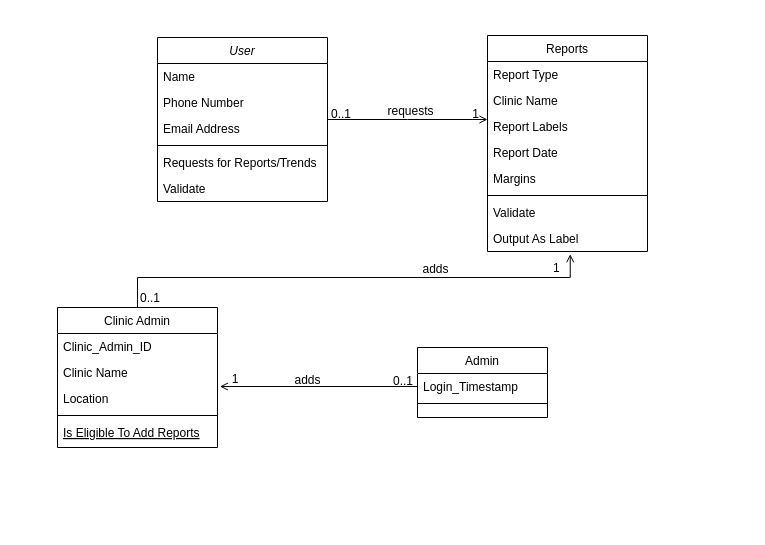
Earlier version of the draw.io diagram ClassDiagram.drawio (pranavn35/ProjectDiagrams). Source tidied: cells renumbered, new cells numbered last; positions are measured from the earlier drawing's top-left corner, leaving out a move shared by most shapes. Both pictures are drawn from the tidied source at 100%, with x=0, y=0 at pixel (57, 35).
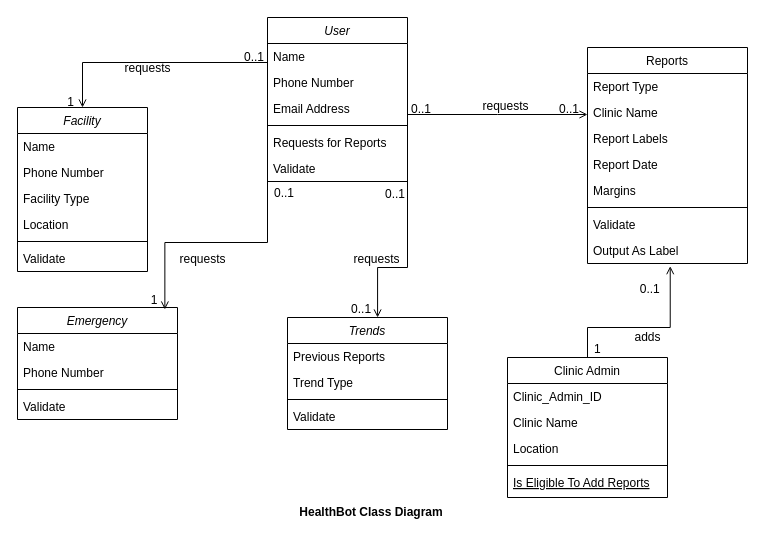
The same diagram, later.

The change refers to these unchanged cells:
```xml
<mxCell id="11" value="Clinic Name" style="text;align=left;verticalAlign=top;spacingLeft=4;spacingRight=4;overflow=hidden;points=[[0,0.5],[1,0.5]];portConstraint=eastwest;rounded=0;shadow=0;html=0;" parent="9" vertex="1">
  <mxGeometry y="52" width="160" height="26" as="geometry" />
</mxCell>
<mxCell id="26" value="Output As Label" style="text;align=left;verticalAlign=top;spacingLeft=4;spacingRight=4;overflow=hidden;points=[[0,0.5],[1,0.5]];portConstraint=eastwest;" parent="18" vertex="1">
  <mxGeometry y="190" width="160" height="26" as="geometry" />
</mxCell>
<mxCell id="27" style="endArrow=open;shadow=0;strokeWidth=1;rounded=0;endFill=1;edgeStyle=elbowEdgeStyle;elbow=vertical;" parent="1" edge="1" source="2" target="18">
  <mxGeometry x="0.5" y="41" relative="1" as="geometry">
    <mxPoint x="-40" y="32" as="offset" />
  </mxGeometry>
</mxCell>
```

Change to the diagram source:
```diff
@@
     <mxCell id="2" value="User" style="swimlane;fontStyle=2;align=center;verticalAlign=top;horizontal=1;startSize=26;rounded=0;shadow=0;strokeWidth=1;" parent="1" vertex="1">
-      <mxGeometry x="100" y="2" width="170" height="164" as="geometry" />
+      <mxGeometry x="210" y="-18" width="140" height="164" as="geometry" />
     </mxCell>
     <mxCell id="3" value="Name" style="text;align=left;verticalAlign=top;spacingLeft=4;spacingRight=4;overflow=hidden;" parent="2" vertex="1">
-      <mxGeometry y="26" width="170" height="26" as="geometry" />
+      <mxGeometry y="26" width="140" height="26" as="geometry" />
     </mxCell>
     <mxCell id="4" value="Phone Number" style="text;align=left;verticalAlign=top;spacingLeft=4;spacingRight=4;overflow=hidden;rounded=0;shadow=0;html=0;" parent="2" vertex="1">
-      <mxGeometry y="52" width="170" height="26" as="geometry" />
+      <mxGeometry y="52" width="140" height="26" as="geometry" />
     </mxCell>
     <mxCell id="5" value="Email Address" style="text;align=left;verticalAlign=top;spacingLeft=4;spacingRight=4;overflow=hidden;rounded=0;shadow=0;html=0;" parent="2" vertex="1">
-      <mxGeometry y="78" width="170" height="26" as="geometry" />
+      <mxGeometry y="78" width="140" height="26" as="geometry" />
     </mxCell>
     <mxCell id="6" style="line;html=1;strokeWidth=1;align=left;verticalAlign=middle;spacingTop=-1;spacingLeft=3;spacingRight=3;labelPosition=right;" parent="2" vertex="1">
-      <mxGeometry y="104" width="170" height="8" as="geometry" />
+      <mxGeometry y="104" width="140" height="8" as="geometry" />
     </mxCell>
-    <mxCell id="7" value="Requests for Reports/Trends" style="text;align=left;verticalAlign=top;spacingLeft=4;spacingRight=4;overflow=hidden;" parent="2" vertex="1">
-      <mxGeometry y="112" width="170" height="26" as="geometry" />
+    <mxCell id="7" value="Requests for Reports&#10;" style="text;align=left;verticalAlign=top;spacingLeft=4;spacingRight=4;overflow=hidden;" parent="2" vertex="1">
+      <mxGeometry y="112" width="140" height="26" as="geometry" />
     </mxCell>
     <mxCell id="8" value="Validate" style="text;align=left;verticalAlign=top;spacingLeft=4;spacingRight=4;overflow=hidden;points=[[0,0.5],[1,0.5]];portConstraint=eastwest;" parent="2" vertex="1">
-      <mxGeometry y="138" width="170" height="26" as="geometry" />
+      <mxGeometry y="138" width="140" height="26" as="geometry" />
     </mxCell>
     <mxCell id="9" value="Clinic Admin" style="swimlane;fontStyle=0;align=center;verticalAlign=top;horizontal=1;startSize=26;rounded=0;shadow=0;strokeWidth=1;" parent="1" vertex="1">
-      <mxGeometry y="272" width="160" height="140" as="geometry" />
+      <mxGeometry x="450" y="322" width="160" height="140" as="geometry" />
     </mxCell>
@@
-    <mxCell id="15" value="Admin" style="swimlane;fontStyle=0;align=center;verticalAlign=top;horizontal=1;startSize=26;rounded=0;shadow=0;strokeWidth=1;" parent="1" vertex="1">
-      <mxGeometry x="360" y="312" width="130" height="70" as="geometry" />
-    </mxCell>
-    <mxCell id="16" value="Login_Timestamp" style="text;align=left;verticalAlign=top;spacingLeft=4;spacingRight=4;overflow=hidden;points=[[0,0.5],[1,0.5]];portConstraint=eastwest;" parent="15" vertex="1">
-      <mxGeometry y="26" width="130" height="26" as="geometry" />
-    </mxCell>
-    <mxCell id="17" style="line;html=1;strokeWidth=1;align=left;verticalAlign=middle;spacingTop=-1;spacingLeft=3;spacingRight=3;labelPosition=right;" parent="15" vertex="1">
-      <mxGeometry y="52" width="130" height="8" as="geometry" />
-    </mxCell>
     <mxCell id="18" value="Reports" style="swimlane;fontStyle=0;align=center;verticalAlign=top;horizontal=1;startSize=26;rounded=0;shadow=0;strokeWidth=1;" parent="1" vertex="1">
-      <mxGeometry x="430" width="160" height="216" as="geometry" />
+      <mxGeometry x="530" y="12" width="160" height="216" as="geometry" />
     </mxCell>
@@
-    <mxCell id="29" value="1" style="align=right;verticalAlign=bottom;labelBackgroundColor=none;fontSize=12;" parent="27" vertex="1">
+    <mxCell id="29" value="0..1" style="align=right;verticalAlign=bottom;labelBackgroundColor=none;fontSize=12;" parent="27" vertex="1">
       <mxGeometry x="1" relative="1" as="geometry">
         <mxPoint x="-7" y="3" as="offset" />
       </mxGeometry>
     </mxCell>
@@
     <mxCell id="31" style="endArrow=open;shadow=0;strokeWidth=1;rounded=0;endFill=1;edgeStyle=elbowEdgeStyle;elbow=vertical;exitX=0.5;exitY=0;exitDx=0;exitDy=0;entryX=0.517;entryY=1.103;entryDx=0;entryDy=0;entryPerimeter=0;" parent="1" edge="1" source="9" target="26">
       <mxGeometry x="0.5" y="41" relative="1" as="geometry">
         <Array as="points">
-          <mxPoint x="260" y="242" />
+          <mxPoint x="630" y="292" />
         </Array>
         <mxPoint x="-40" y="32" as="offset" />
       </mxGeometry>
     </mxCell>
-    <mxCell id="32" value="0..1" style="align=left;verticalAlign=bottom;labelBackgroundColor=none;fontSize=12;" parent="31" vertex="1">
+    <mxCell id="32" value="1" style="align=left;verticalAlign=bottom;labelBackgroundColor=none;fontSize=12;" parent="31" vertex="1">
       <mxGeometry x="-1" relative="1" as="geometry">
-        <mxPoint x="1" y="-1" as="offset" />
+        <mxPoint x="5" as="offset" />
       </mxGeometry>
     </mxCell>
-    <mxCell id="33" value="1" style="align=right;verticalAlign=bottom;labelBackgroundColor=none;fontSize=12;" parent="31" vertex="1">
+    <mxCell id="33" value="0..1" style="align=right;verticalAlign=bottom;labelBackgroundColor=none;fontSize=12;" parent="31" vertex="1">
       <mxGeometry x="1" relative="1" as="geometry">
-        <mxPoint x="-9" y="22" as="offset" />
+        <mxPoint x="-9" y="31" as="offset" />
       </mxGeometry>
     </mxCell>
     <mxCell id="34" value="adds" style="text;html=1;align=center;verticalAlign=middle;labelBackgroundColor=none;rounded=0;shadow=0;strokeWidth=1;fontSize=12;" parent="31" vertex="1">
       <mxGeometry x="0.5" y="49" relative="1" as="geometry">
-        <mxPoint x="-38" y="40" as="offset" />
+        <mxPoint x="26" y="28" as="offset" />
       </mxGeometry>
     </mxCell>
-    <mxCell id="35" style="endArrow=open;shadow=0;strokeWidth=1;rounded=0;endFill=1;edgeStyle=elbowEdgeStyle;elbow=vertical;exitX=0;exitY=0.5;exitDx=0;exitDy=0;entryX=1.015;entryY=1.063;entryDx=0;entryDy=0;entryPerimeter=0;" parent="1" edge="1" source="16" target="11">
-      <mxGeometry x="0.5" y="41" relative="1" as="geometry">
-        <mxPoint x="-40" y="32" as="offset" />
-      </mxGeometry>
-    </mxCell>
-    <mxCell id="36" value="0..1" style="align=left;verticalAlign=bottom;labelBackgroundColor=none;fontSize=12;" parent="35" vertex="1">
-      <mxGeometry x="-1" relative="1" as="geometry">
-        <mxPoint x="-26" y="3" as="offset" />
-      </mxGeometry>
-    </mxCell>
-    <mxCell id="37" value="1" style="align=right;verticalAlign=bottom;labelBackgroundColor=none;fontSize=12;" parent="35" vertex="1">
-      <mxGeometry x="1" relative="1" as="geometry">
-        <mxPoint x="20" y="1" as="offset" />
-      </mxGeometry>
-    </mxCell>
-    <mxCell id="38" value="adds" style="text;html=1;align=center;verticalAlign=middle;labelBackgroundColor=none;rounded=0;shadow=0;strokeWidth=1;fontSize=12;" parent="1" vertex="1">
-      <mxGeometry x="320" y="252" as="geometry">
-        <mxPoint x="-71" y="92" as="offset" />
-      </mxGeometry>
-    </mxCell>
+    <mxCell id="39" value="Facility" style="swimlane;fontStyle=2;align=center;verticalAlign=top;horizontal=1;startSize=26;rounded=0;shadow=0;strokeWidth=1;" parent="1" vertex="1">
+      <mxGeometry x="-40" y="72" width="130" height="164" as="geometry" />
+    </mxCell>
+    <mxCell id="40" value="Name" style="text;align=left;verticalAlign=top;spacingLeft=4;spacingRight=4;overflow=hidden;" parent="39" vertex="1">
+      <mxGeometry y="26" width="130" height="26" as="geometry" />
+    </mxCell>
+    <mxCell id="41" value="Phone Number" style="text;align=left;verticalAlign=top;spacingLeft=4;spacingRight=4;overflow=hidden;rounded=0;shadow=0;html=0;" parent="39" vertex="1">
+      <mxGeometry y="52" width="130" height="26" as="geometry" />
+    </mxCell>
+    <mxCell id="42" value="Facility Type" style="text;align=left;verticalAlign=top;spacingLeft=4;spacingRight=4;overflow=hidden;rounded=0;shadow=0;html=0;" parent="39" vertex="1">
+      <mxGeometry y="78" width="130" height="26" as="geometry" />
+    </mxCell>
+    <mxCell id="43" value="Location" style="text;align=left;verticalAlign=top;spacingLeft=4;spacingRight=4;overflow=hidden;rounded=0;shadow=0;html=0;" parent="39" vertex="1">
+      <mxGeometry y="104" width="130" height="26" as="geometry" />
+    </mxCell>
+    <mxCell id="44" style="line;html=1;strokeWidth=1;align=left;verticalAlign=middle;spacingTop=-1;spacingLeft=3;spacingRight=3;labelPosition=right;" parent="39" vertex="1">
+      <mxGeometry y="130" width="130" height="8" as="geometry" />
+    </mxCell>
+    <mxCell id="45" value="Validate" style="text;align=left;verticalAlign=top;spacingLeft=4;spacingRight=4;overflow=hidden;" parent="39" vertex="1">
+      <mxGeometry y="138" width="130" height="26" as="geometry" />
+    </mxCell>
+    <mxCell id="46" style="endArrow=open;shadow=0;strokeWidth=1;rounded=0;endFill=1;edgeStyle=elbowEdgeStyle;elbow=vertical;exitX=0;exitY=0.114;exitDx=0;exitDy=0;exitPerimeter=0;entryX=0.5;entryY=0;entryDx=0;entryDy=0;" parent="1" edge="1" source="2" target="39">
+      <mxGeometry x="0.5" y="41" relative="1" as="geometry">
+        <Array as="points">
+          <mxPoint x="100" y="27" />
+        </Array>
+        <mxPoint x="-40" y="32" as="offset" />
+      </mxGeometry>
+    </mxCell>
+    <mxCell id="47" value="0..1" style="align=left;verticalAlign=bottom;labelBackgroundColor=none;fontSize=12;" parent="46" vertex="1">
+      <mxGeometry x="-1" relative="1" as="geometry">
+        <mxPoint x="-25" y="29" as="offset" />
+      </mxGeometry>
+    </mxCell>
+    <mxCell id="48" value="1" style="align=right;verticalAlign=bottom;labelBackgroundColor=none;fontSize=12;" parent="46" vertex="1">
+      <mxGeometry x="1" relative="1" as="geometry">
+        <mxPoint x="-7" y="3" as="offset" />
+      </mxGeometry>
+    </mxCell>
+    <mxCell id="49" value="requests" style="text;html=1;align=center;verticalAlign=middle;labelBackgroundColor=none;rounded=0;shadow=0;strokeWidth=1;fontSize=12;" parent="46" vertex="1">
+      <mxGeometry x="0.5" y="49" relative="1" as="geometry">
+        <mxPoint x="45" y="-44" as="offset" />
+      </mxGeometry>
+    </mxCell>
+    <mxCell id="50" value="Emergency" style="swimlane;fontStyle=2;align=center;verticalAlign=top;horizontal=1;startSize=26;rounded=0;shadow=0;strokeWidth=1;" parent="1" vertex="1">
+      <mxGeometry x="-40" y="272" width="160" height="112" as="geometry" />
+    </mxCell>
+    <mxCell id="51" value="Name" style="text;align=left;verticalAlign=top;spacingLeft=4;spacingRight=4;overflow=hidden;" parent="50" vertex="1">
+      <mxGeometry y="26" width="160" height="26" as="geometry" />
+    </mxCell>
+    <mxCell id="52" value="Phone Number" style="text;align=left;verticalAlign=top;spacingLeft=4;spacingRight=4;overflow=hidden;rounded=0;shadow=0;html=0;" parent="50" vertex="1">
+      <mxGeometry y="52" width="160" height="26" as="geometry" />
+    </mxCell>
+    <mxCell id="53" style="line;html=1;strokeWidth=1;align=left;verticalAlign=middle;spacingTop=-1;spacingLeft=3;spacingRight=3;labelPosition=right;" parent="50" vertex="1">
+      <mxGeometry y="78" width="160" height="8" as="geometry" />
+    </mxCell>
+    <mxCell id="54" value="Validate" style="text;align=left;verticalAlign=top;spacingLeft=4;spacingRight=4;overflow=hidden;" parent="50" vertex="1">
+      <mxGeometry y="86" width="160" height="26" as="geometry" />
+    </mxCell>
+    <mxCell id="55" style="endArrow=open;shadow=0;strokeWidth=1;rounded=0;endFill=1;edgeStyle=elbowEdgeStyle;elbow=vertical;entryX=0.921;entryY=0.018;entryDx=0;entryDy=0;entryPerimeter=0;exitX=0;exitY=0.769;exitDx=0;exitDy=0;exitPerimeter=0;" parent="1" edge="1" source="8" target="50">
+      <mxGeometry x="0.5" y="41" relative="1" as="geometry">
+        <mxPoint x="-40" y="32" as="offset" />
+      </mxGeometry>
+    </mxCell>
+    <mxCell id="56" value="0..1" style="align=left;verticalAlign=bottom;labelBackgroundColor=none;fontSize=12;" parent="55" vertex="1">
+      <mxGeometry x="-1" relative="1" as="geometry">
+        <mxPoint x="5" y="26" as="offset" />
+      </mxGeometry>
+    </mxCell>
+    <mxCell id="57" value="1" style="align=right;verticalAlign=bottom;labelBackgroundColor=none;fontSize=12;" parent="55" vertex="1">
+      <mxGeometry x="1" relative="1" as="geometry">
+        <mxPoint x="-6" y="-1" as="offset" />
+      </mxGeometry>
+    </mxCell>
+    <mxCell id="58" value="requests" style="text;html=1;align=center;verticalAlign=middle;labelBackgroundColor=none;rounded=0;shadow=0;strokeWidth=1;fontSize=12;" parent="1" vertex="1">
+      <mxGeometry x="356" y="120" as="geometry">
+        <mxPoint x="-212" y="103" as="offset" />
+      </mxGeometry>
+    </mxCell>
+    <mxCell id="59" value="Trends" style="swimlane;fontStyle=2;align=center;verticalAlign=top;horizontal=1;startSize=26;rounded=0;shadow=0;strokeWidth=1;" parent="1" vertex="1">
+      <mxGeometry x="230" y="282" width="160" height="112" as="geometry" />
+    </mxCell>
+    <mxCell id="60" value="Previous Reports" style="text;align=left;verticalAlign=top;spacingLeft=4;spacingRight=4;overflow=hidden;" parent="59" vertex="1">
+      <mxGeometry y="26" width="160" height="26" as="geometry" />
+    </mxCell>
+    <mxCell id="61" value="Trend Type" style="text;align=left;verticalAlign=top;spacingLeft=4;spacingRight=4;overflow=hidden;" parent="59" vertex="1">
+      <mxGeometry y="52" width="160" height="26" as="geometry" />
+    </mxCell>
+    <mxCell id="62" style="line;html=1;strokeWidth=1;align=left;verticalAlign=middle;spacingTop=-1;spacingLeft=3;spacingRight=3;labelPosition=right;" parent="59" vertex="1">
+      <mxGeometry y="78" width="160" height="8" as="geometry" />
+    </mxCell>
+    <mxCell id="63" value="Validate" style="text;align=left;verticalAlign=top;spacingLeft=4;spacingRight=4;overflow=hidden;" parent="59" vertex="1">
+      <mxGeometry y="86" width="160" height="26" as="geometry" />
+    </mxCell>
+    <mxCell id="64" style="endArrow=open;shadow=0;strokeWidth=1;rounded=0;endFill=1;edgeStyle=elbowEdgeStyle;elbow=vertical;entryX=0.563;entryY=0;entryDx=0;entryDy=0;entryPerimeter=0;exitX=1;exitY=0.5;exitDx=0;exitDy=0;" parent="1" edge="1" source="8" target="59">
+      <mxGeometry x="0.5" y="41" relative="1" as="geometry">
+        <Array as="points">
+          <mxPoint x="280" y="232" />
+        </Array>
+        <mxPoint x="-40" y="32" as="offset" />
+      </mxGeometry>
+    </mxCell>
+    <mxCell id="65" value="0..1" style="align=left;verticalAlign=bottom;labelBackgroundColor=none;fontSize=12;" parent="64" vertex="1">
+      <mxGeometry x="-1" relative="1" as="geometry">
+        <mxPoint x="-24" y="34" as="offset" />
+      </mxGeometry>
+    </mxCell>
+    <mxCell id="66" value="0..1" style="align=right;verticalAlign=bottom;labelBackgroundColor=none;fontSize=12;" parent="64" vertex="1">
+      <mxGeometry x="1" relative="1" as="geometry">
+        <mxPoint x="-5" as="offset" />
+      </mxGeometry>
+    </mxCell>
+    <mxCell id="67" value="requests" style="text;html=1;align=center;verticalAlign=middle;labelBackgroundColor=none;rounded=0;shadow=0;strokeWidth=1;fontSize=12;" parent="1" vertex="1">
+      <mxGeometry x="530" y="120" as="geometry">
+        <mxPoint x="-212" y="103" as="offset" />
+      </mxGeometry>
+    </mxCell>
+    <mxCell id="68" value="&lt;b&gt;HealthBot Class Diagram&lt;/b&gt;" style="text;html=1;strokeColor=none;fillColor=none;align=center;verticalAlign=middle;whiteSpace=wrap;rounded=0;" parent="1" vertex="1">
+      <mxGeometry x="224" y="462" width="180" height="30" as="geometry" />
+    </mxCell>
```
